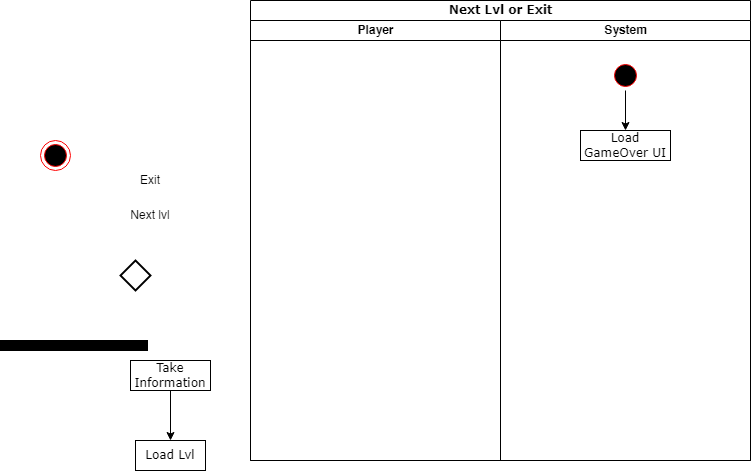
Before: Load Lvl.drawio.png, a diagram exported from draw.io (johannfac/A-Lone-Burglar). Source tidied: cells renumbered, new cells last; positions are measured from the earlier drawing's top-left corner, leaving out a move shared by most shapes.
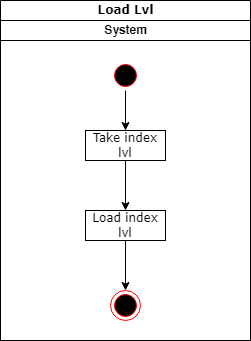
The same diagram one commit later.

What changed in the source:
```diff
@@ -2,47 +2,32 @@
   <root>
     <mxCell id="0" />
     <mxCell id="1" parent="0" />
-    <mxCell id="2" style="rhombus;whiteSpace=wrap;html=1;strokeColor=default;strokeWidth=2;fillColor=#FFFFFF;" parent="1" vertex="1">
-      <mxGeometry x="120" y="260" width="30" height="30" as="geometry" />
-    </mxCell>
-    <mxCell id="3" value="Next Lvl or Exit" style="swimlane;html=1;startSize=20;rounded=0;shadow=0;comic=0;labelBackgroundColor=none;strokeWidth=1;fontFamily=Verdana;fontSize=12;align=center;" parent="1" vertex="1">
-      <mxGeometry x="250" width="500" height="460" as="geometry" />
-    </mxCell>
-    <mxCell id="4" value="Player" style="swimlane;html=1;startSize=20;" parent="3" vertex="1">
-      <mxGeometry y="20" width="250" height="440" as="geometry" />
-    </mxCell>
+    <mxCell id="11" value="Load Lvl" style="swimlane;html=1;startSize=20;rounded=0;shadow=0;comic=0;labelBackgroundColor=none;strokeWidth=1;fontFamily=Verdana;fontSize=12;align=center;" parent="1" vertex="1">
+      <mxGeometry x="135" y="440" width="250" height="340" as="geometry" />
+    </mxCell>
-    <mxCell id="5" value="System" style="swimlane;html=1;startSize=20;" parent="3" vertex="1">
-      <mxGeometry x="250" y="20" width="250" height="440" as="geometry" />
+    <mxCell id="5" value="System" style="swimlane;html=1;startSize=20;" parent="11" vertex="1">
+      <mxGeometry y="20" width="250" height="320" as="geometry" />
     </mxCell>
-    <mxCell id="6" style="edgeStyle=orthogonalEdgeStyle;rounded=0;jettySize=auto;html=1;exitX=0.5;exitY=1;exitDx=0;exitDy=0;entryX=0.5;entryY=0;entryDx=0;entryDy=0;" parent="5" edge="1" source="7" target="8">
-      <mxGeometry relative="1" as="geometry" />
-    </mxCell>
+    <mxCell id="16" style="edgeStyle=orthogonalEdgeStyle;rounded=0;jettySize=auto;html=1;exitX=0.5;exitY=1;exitDx=0;exitDy=0;entryX=0.5;entryY=0;entryDx=0;entryDy=0;" parent="5" edge="1" source="7" target="18">
+      <mxGeometry relative="1" as="geometry" />
+    </mxCell>
     <mxCell id="7" style="ellipse;html=1;shape=startState;fillColor=#000000;strokeColor=#ff0000;" parent="5" vertex="1">
       <mxGeometry x="110" y="40" width="30" height="30" as="geometry" />
     </mxCell>
-    <mxCell id="8" value="Load GameOver UI" style="rounded=0;whiteSpace=wrap;html=1;shadow=0;comic=0;labelBackgroundColor=none;strokeWidth=1;fontFamily=Verdana;fontSize=12;align=center;arcSize=50;" parent="5" vertex="1">
-      <mxGeometry x="80" y="110" width="90" height="30" as="geometry" />
-    </mxCell>
-    <mxCell id="9" style="edgeStyle=orthogonalEdgeStyle;rounded=0;jettySize=auto;html=1;exitX=0.5;exitY=1;exitDx=0;exitDy=0;entryX=0.5;entryY=0;entryDx=0;entryDy=0;" parent="1" edge="1" source="10" target="11">
-      <mxGeometry relative="1" as="geometry" />
-    </mxCell>
-    <mxCell id="10" value="Take Information" style="rounded=0;whiteSpace=wrap;html=1;shadow=0;comic=0;labelBackgroundColor=none;strokeWidth=1;fontFamily=Verdana;fontSize=12;align=center;arcSize=50;" parent="1" vertex="1">
-      <mxGeometry x="130" y="360" width="80" height="30" as="geometry" />
-    </mxCell>
-    <mxCell id="11" value="Load Lvl" style="rounded=0;whiteSpace=wrap;html=1;shadow=0;comic=0;labelBackgroundColor=none;strokeWidth=1;fontFamily=Verdana;fontSize=12;align=center;arcSize=50;" parent="1" vertex="1">
-      <mxGeometry x="135" y="440" width="70" height="30" as="geometry" />
-    </mxCell>
-    <mxCell id="12" value="Exit" style="text;html=1;strokeColor=none;fillColor=none;align=center;verticalAlign=middle;whiteSpace=wrap;rounded=0;" parent="1" vertex="1">
-      <mxGeometry x="120" y="170" width="60" height="20" as="geometry" />
-    </mxCell>
-    <mxCell id="13" value="Next lvl" style="text;html=1;strokeColor=none;fillColor=none;align=center;verticalAlign=middle;whiteSpace=wrap;rounded=0;" parent="1" vertex="1">
-      <mxGeometry x="120" y="205" width="60" height="20" as="geometry" />
-    </mxCell>
-    <mxCell id="14" style="whiteSpace=wrap;html=1;rounded=0;shadow=0;comic=0;labelBackgroundColor=none;strokeWidth=1;fillColor=#000000;fontFamily=Verdana;fontSize=12;align=center;rotation=0;" parent="1" vertex="1">
-      <mxGeometry y="340" width="147" height="10" as="geometry" />
-    </mxCell>
-    <mxCell id="15" style="ellipse;html=1;shape=endState;fillColor=#000000;strokeColor=#ff0000;" parent="1" vertex="1">
-      <mxGeometry x="40" y="140" width="30" height="30" as="geometry" />
-    </mxCell>
+    <mxCell id="17" style="edgeStyle=orthogonalEdgeStyle;rounded=0;jettySize=auto;html=1;exitX=0.5;exitY=1;exitDx=0;exitDy=0;entryX=0.5;entryY=0;entryDx=0;entryDy=0;" parent="5" edge="1" source="18" target="20">
+      <mxGeometry relative="1" as="geometry" />
+    </mxCell>
+    <mxCell id="18" value="Take index lvl" style="rounded=0;whiteSpace=wrap;html=1;shadow=0;comic=0;labelBackgroundColor=none;strokeWidth=1;fontFamily=Verdana;fontSize=12;align=center;arcSize=50;" parent="5" vertex="1">
+      <mxGeometry x="85" y="110" width="80" height="30" as="geometry" />
+    </mxCell>
+    <mxCell id="19" style="edgeStyle=orthogonalEdgeStyle;rounded=0;jettySize=auto;html=1;exitX=0.5;exitY=1;exitDx=0;exitDy=0;entryX=0.5;entryY=0;entryDx=0;entryDy=0;" parent="5" edge="1" source="20" target="21">
+      <mxGeometry relative="1" as="geometry" />
+    </mxCell>
+    <mxCell id="20" value="Load index lvl" style="rounded=0;whiteSpace=wrap;html=1;shadow=0;comic=0;labelBackgroundColor=none;strokeWidth=1;fontFamily=Verdana;fontSize=12;align=center;arcSize=50;" parent="5" vertex="1">
+      <mxGeometry x="85" y="190" width="80" height="30" as="geometry" />
+    </mxCell>
+    <mxCell id="21" style="ellipse;html=1;shape=endState;fillColor=#000000;strokeColor=#ff0000;" parent="5" vertex="1">
+      <mxGeometry x="110" y="270" width="30" height="30" as="geometry" />
+    </mxCell>
   </root>
 </mxGraphModel>
```
